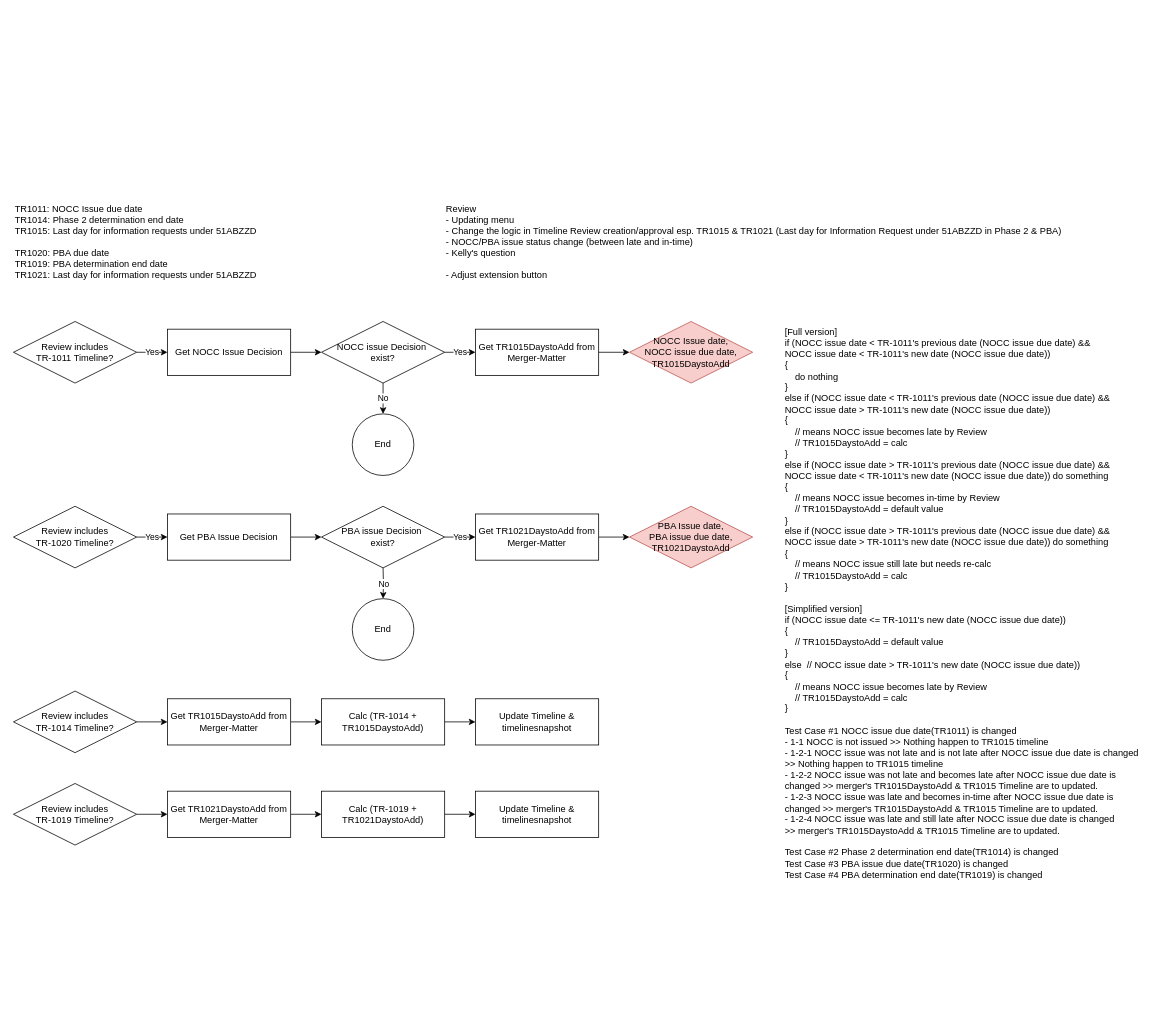
The draw.io diagram page "Review" (20 of 20) of Merger.drawio in danieldotskc/helloworld, before the edit. Source tidied: cells renumbered, new cells numbered last; positions are measured from the earlier drawing's top-left corner, leaving out a move shared by most shapes. Both pictures are drawn from the tidied source at 77%, with x=0, y=0 at pixel (13, 198).
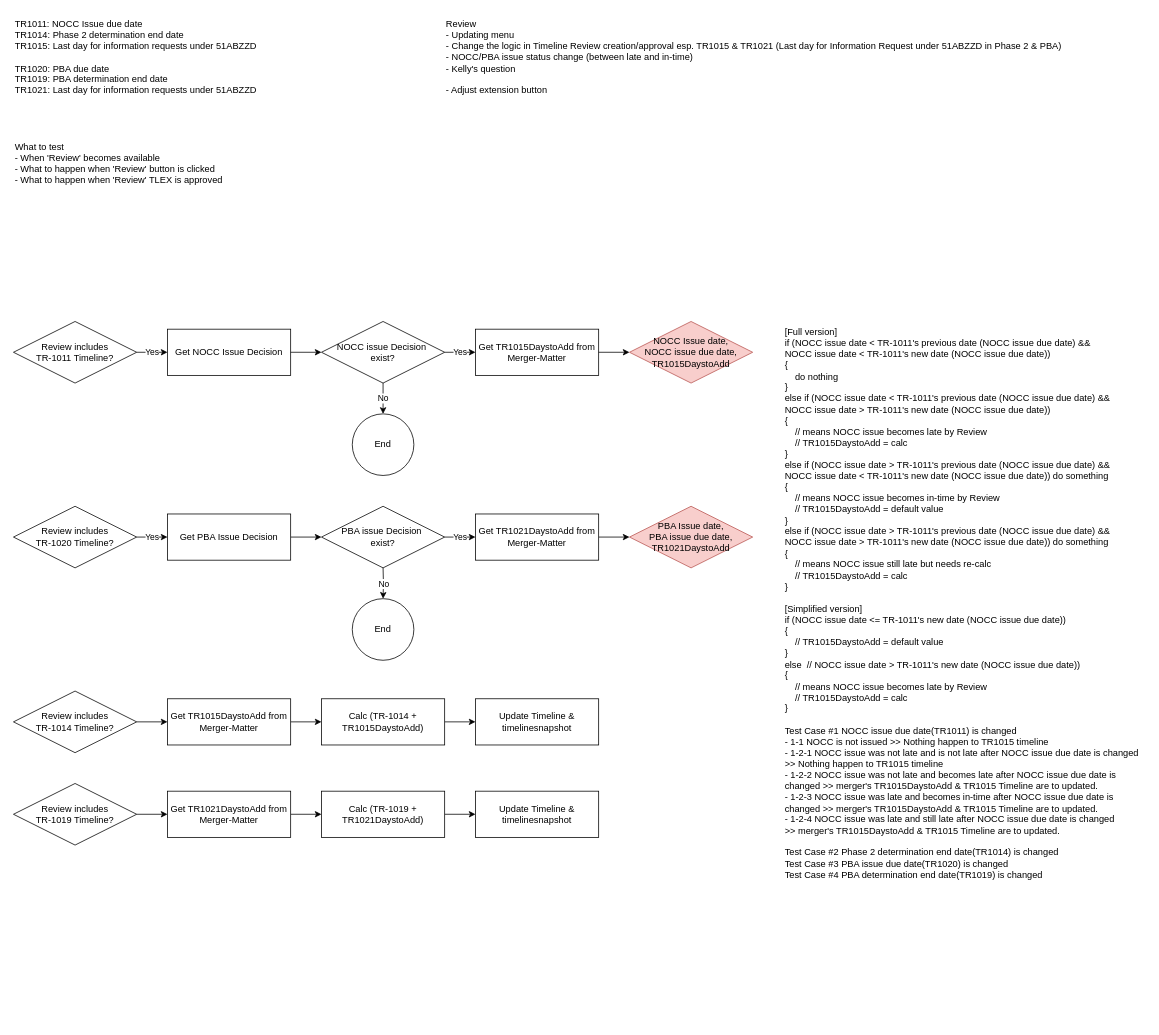
Above is the later version.

Change to the diagram source:
```diff
@@
     <mxCell id="39" value="TR1011: NOCC Issue due date&lt;div&gt;TR1014: Phase 2 determination end date&lt;/div&gt;&lt;div&gt;TR1015: Last day for information requests under 51ABZZD&lt;/div&gt;&lt;div&gt;&lt;br&gt;&lt;/div&gt;&lt;div&gt;TR1020: PBA due date&lt;/div&gt;&lt;div&gt;TR1019: PBA determination end date&lt;/div&gt;&lt;div&gt;TR1021: Last day for information requests under 51ABZZD&lt;/div&gt;" style="text;html=1;align=left;verticalAlign=top;whiteSpace=wrap;rounded=0;" parent="1" vertex="1">
-      <mxGeometry width="360" height="120" as="geometry" />
+      <mxGeometry y="-240" width="360" height="120" as="geometry" />
     </mxCell>
     <mxCell id="40" value="Review&lt;div&gt;- Updating menu&lt;/div&gt;&lt;div&gt;- Change the logic in Timeline Review creation/approval esp. TR1015 &amp;amp; TR1021 (Last day for Information Request under 51ABZZD in Phase 2 &amp;amp; PBA)&amp;nbsp;&lt;/div&gt;&lt;div&gt;- NOCC/PBA issue status change (between late and in-time)&lt;/div&gt;&lt;div&gt;- Kelly's question&amp;nbsp;&lt;/div&gt;&lt;div&gt;&lt;br&gt;&lt;/div&gt;&lt;div&gt;- Adjust extension button&lt;/div&gt;" style="text;html=1;align=left;verticalAlign=top;whiteSpace=wrap;rounded=0;" parent="1" vertex="1">
-      <mxGeometry x="560" width="880" height="140" as="geometry" />
+      <mxGeometry x="560" y="-240" width="880" height="140" as="geometry" />
     </mxCell>
+    <mxCell id="41" value="What to test&lt;div&gt;- When 'Review' becomes available&lt;/div&gt;&lt;div&gt;- What to happen when 'Review' button is clicked&lt;/div&gt;&lt;div&gt;- What to happen when 'Review' TLEX is approved&lt;/div&gt;" style="text;html=1;align=left;verticalAlign=top;whiteSpace=wrap;rounded=0;" parent="1" vertex="1">
+      <mxGeometry y="-80" width="1440" height="230" as="geometry" />
+    </mxCell>
```
